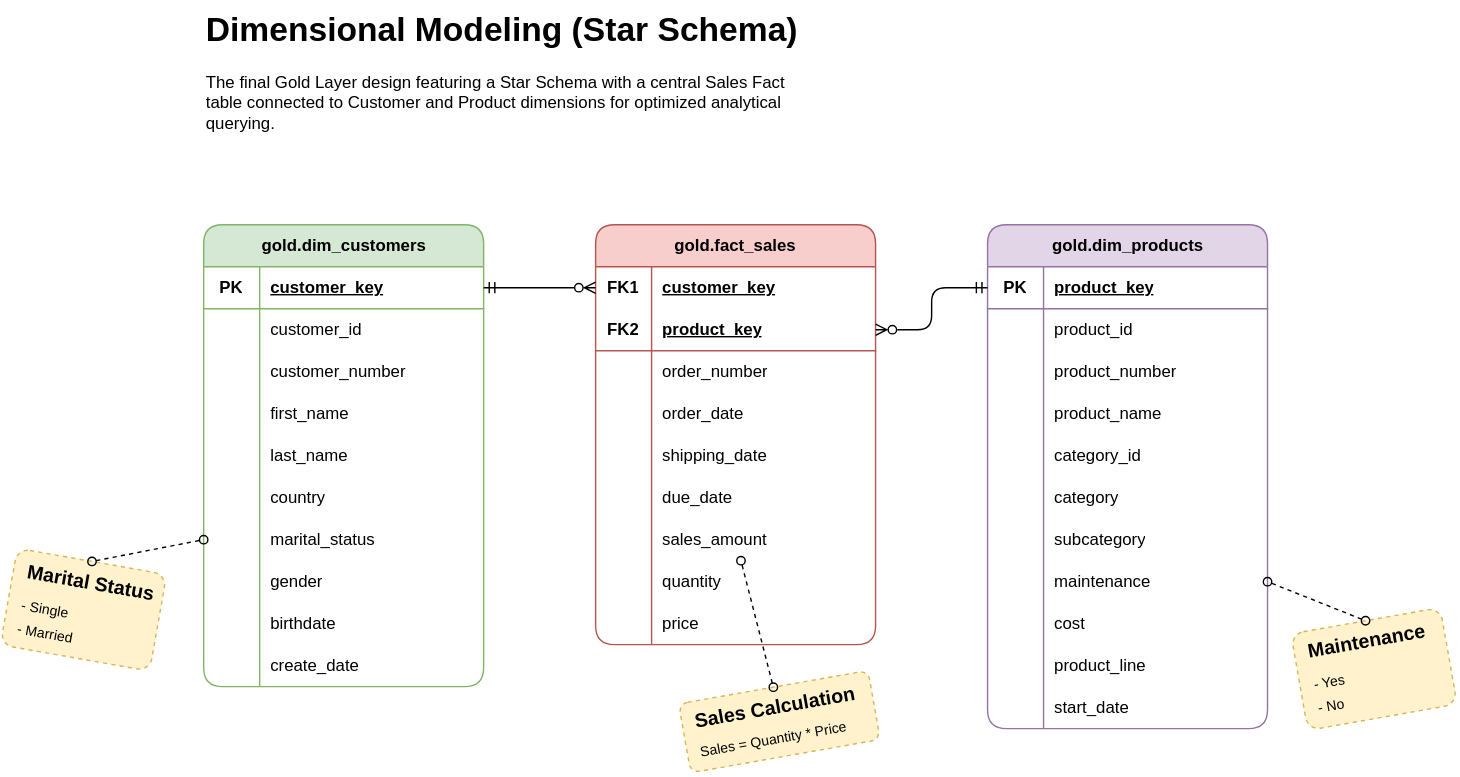
The draw.io diagram docs/images/dimensional-modeling.drawio.svg in sohaib-atef/sql-data-warehouse-project, before a commit. Source tidied: cells renumbered, new cells last; positions are measured from the earlier drawing's top-left corner, leaving out a move shared by most shapes.
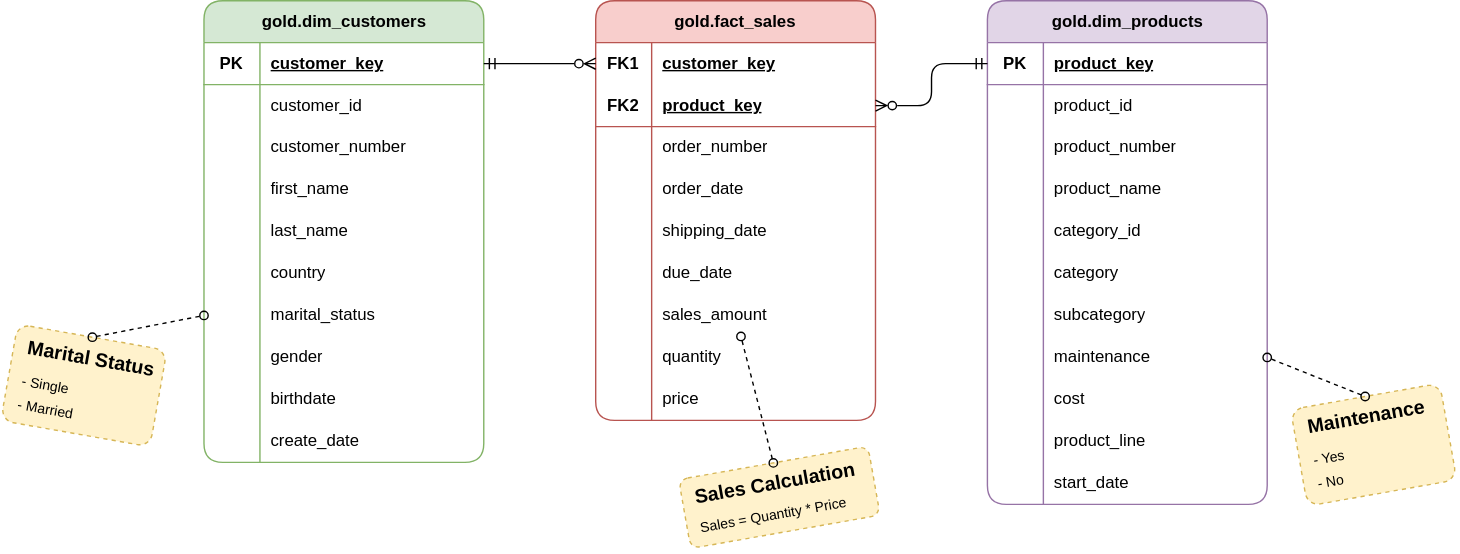
Later version of the same file.

Change to the diagram source:
```diff
@@ -293,9 +293,6 @@
     <mxCell id="98" style="rounded=0;jettySize=auto;html=1;exitX=0.5;exitY=0;exitDx=0;exitDy=0;dashed=1;endArrow=oval;endFill=0;startArrow=oval;startFill=0;" parent="1" edge="1" source="97" target="86">
       <mxGeometry relative="1" as="geometry" />
     </mxCell>
-    <mxCell id="99" value="&lt;h1 style=&quot;margin-top: 0px;&quot;&gt;Dimensional Modeling (Star Schema)&lt;/h1&gt;&lt;p&gt;The final Gold Layer design featuring a Star Schema with a central Sales Fact table connected to Customer and Product dimensions for optimized analytical querying.&lt;/p&gt;" style="text;html=1;whiteSpace=wrap;overflow=hidden;rounded=0;" parent="1" vertex="1">
-      <mxGeometry x="140" width="430" height="120" as="geometry" />
-    </mxCell>
     <mxCell id="100" value="&lt;div style=&quot;line-height: 40%;&quot;&gt;&lt;h1 style=&quot;margin-top: 0px; line-height: 40%;&quot;&gt;&lt;span style=&quot;font-size: 14px;&quot;&gt;Maintenance&lt;/span&gt;&lt;/h1&gt;&lt;p style=&quot;&quot;&gt;&lt;font style=&quot;font-size: 10px; line-height: 40%;&quot;&gt;- Yes&amp;nbsp;&lt;/font&gt;&lt;/p&gt;&lt;p style=&quot;&quot;&gt;&lt;font style=&quot;font-size: 10px; line-height: 40%;&quot;&gt;- No&lt;/font&gt;&lt;/p&gt;&lt;/div&gt;" style="text;html=1;whiteSpace=wrap;overflow=hidden;rounded=1;strokeWidth=1;verticalAlign=top;spacingTop=2;spacingLeft=10;spacing=0;align=left;fillColor=#fff2cc;strokeColor=#d6b656;arcSize=13;rotation=350;dashed=1;" parent="1" vertex="1">
       <mxGeometry x="922" y="442.4" width="108.3" height="70" as="geometry" />
     </mxCell>
```
